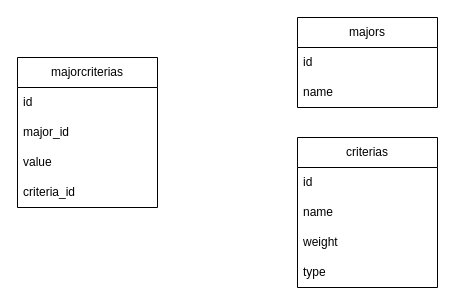
Earlier version of the draw.io diagram csdldss.drawio (vuongnd03/black-had). Source tidied: cells renumbered, new cells numbered last; positions are measured from the earlier drawing's top-left corner, leaving out a move shared by most shapes. Both pictures are drawn from the tidied source at 100%, with x=0, y=0 at pixel (17, 17).
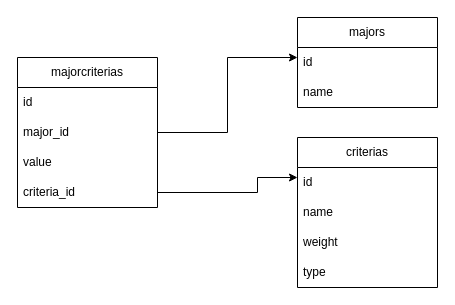
The same diagram, later.

The change refers to these unchanged cells:
```xml
<mxCell id="4" value="major_id" style="text;strokeColor=none;fillColor=none;align=left;verticalAlign=middle;spacingLeft=4;spacingRight=4;overflow=hidden;points=[[0,0.5],[1,0.5]];portConstraint=eastwest;whiteSpace=wrap;html=1;" parent="2" vertex="1">
  <mxGeometry y="60" width="140" height="30" as="geometry" />
</mxCell>
<mxCell id="6" value="criteria_id" style="text;strokeColor=none;fillColor=none;align=left;verticalAlign=middle;spacingLeft=4;spacingRight=4;overflow=hidden;points=[[0,0.5],[1,0.5]];portConstraint=eastwest;whiteSpace=wrap;html=1;" parent="2" vertex="1">
  <mxGeometry y="120" width="140" height="30" as="geometry" />
</mxCell>
```

The edit, as a diff of the source:
```diff
@@
+    <mxCell id="15" style="endArrow=classic;html=1;rounded=0;exitX=1;exitY=0.5;exitDx=0;exitDy=0;" parent="1" edge="1" source="4">
+      <mxGeometry relative="1" as="geometry">
+        <mxPoint x="280" y="40" as="targetPoint" />
+        <Array as="points">
+          <mxPoint x="210" y="115" />
+          <mxPoint x="210" y="40" />
+        </Array>
+      </mxGeometry>
+    </mxCell>
+    <mxCell id="16" style="endArrow=classic;html=1;rounded=0;exitX=1;exitY=0.5;exitDx=0;exitDy=0;" parent="1" edge="1" source="6">
+      <mxGeometry relative="1" as="geometry">
+        <mxPoint x="280" y="160" as="targetPoint" />
+        <Array as="points">
+          <mxPoint x="240" y="175" />
+          <mxPoint x="240" y="160" />
+        </Array>
+      </mxGeometry>
+    </mxCell>
```
